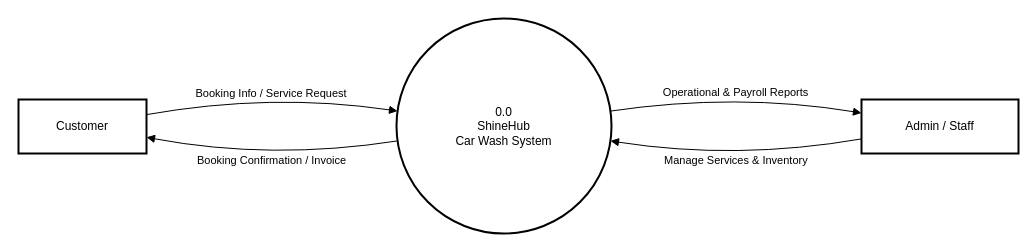
Earlier version of the draw.io diagram Diagrams/Shinehub_DFD0.drawio (Mohamed-Elsayed970/Car-Wash). Source tidied: cells renumbered, new cells numbered last; positions are measured from the earlier drawing's top-left corner, leaving out a move shared by most shapes. Both pictures are drawn from the tidied source at 100%, with x=0, y=0 at pixel (18, 18).
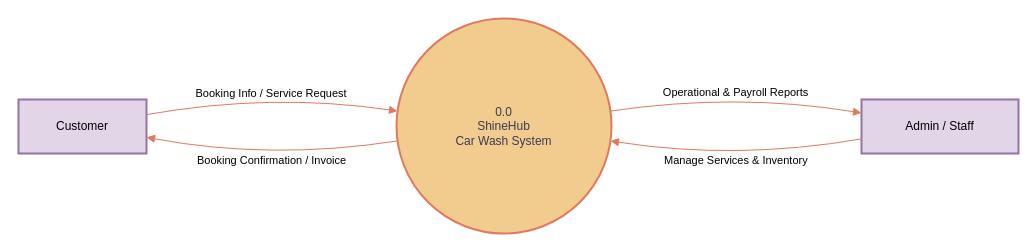
Above is the later version.

Commit message (it also covers changes not shown here):
add all diagrams

What changed in the source:
```diff
@@
 <mxGraphModel>
   <root>
     <mxCell id="0" />
     <mxCell id="1" parent="0" />
-    <mxCell id="2" value="Customer" style="whiteSpace=wrap;strokeWidth=2;" parent="1" vertex="1">
+    <mxCell id="2" value="Customer" style="whiteSpace=wrap;strokeWidth=2;labelBackgroundColor=none;fillColor=#e1d5e7;strokeColor=#9673a6;" parent="1" vertex="1">
       <mxGeometry y="81" width="128" height="54" as="geometry" />
     </mxCell>
-    <mxCell id="3" value="Admin / Staff" style="whiteSpace=wrap;strokeWidth=2;" parent="1" vertex="1">
+    <mxCell id="3" value="Admin / Staff" style="whiteSpace=wrap;strokeWidth=2;labelBackgroundColor=none;fillColor=#e1d5e7;strokeColor=#9673a6;" parent="1" vertex="1">
       <mxGeometry x="843" y="81" width="157" height="54" as="geometry" />
     </mxCell>
-    <mxCell id="4" value="0.0   &#10; ShineHub   &#10; Car Wash System" style="ellipse;strokeWidth=2;whiteSpace=wrap;" parent="1" vertex="1">
+    <mxCell id="4" value="0.0   &#10; ShineHub   &#10; Car Wash System" style="ellipse;strokeWidth=2;whiteSpace=wrap;labelBackgroundColor=none;fillColor=#F2CC8F;strokeColor=#E07A5F;fontColor=#393C56;" parent="1" vertex="1">
       <mxGeometry x="378" width="215" height="215" as="geometry" />
     </mxCell>
-    <mxCell id="5" value="Booking Info / Service Request" style="curved=1;startArrow=none;endArrow=block;exitX=1;exitY=0.28;entryX=0;entryY=0.43;rounded=0;" parent="1" edge="1" source="2" target="4">
+    <mxCell id="5" value="Booking Info / Service Request" style="curved=1;startArrow=none;endArrow=block;exitX=1;exitY=0.28;entryX=0;entryY=0.43;rounded=0;labelBackgroundColor=none;strokeColor=#E07A5F;fontColor=default;" parent="1" edge="1" source="2" target="4">
       <mxGeometry relative="1" as="geometry">
         <Array as="points">
           <mxPoint x="253" y="74" />
         </Array>
       </mxGeometry>
     </mxCell>
-    <mxCell id="6" value="Booking Confirmation / Invoice" style="curved=1;startArrow=none;endArrow=block;exitX=0;exitY=0.57;entryX=1;entryY=0.7;rounded=0;" parent="1" edge="1" source="4" target="2">
+    <mxCell id="6" value="Booking Confirmation / Invoice" style="curved=1;startArrow=none;endArrow=block;exitX=0;exitY=0.57;entryX=1;entryY=0.7;rounded=0;labelBackgroundColor=none;strokeColor=#E07A5F;fontColor=default;" parent="1" edge="1" source="4" target="2">
       <mxGeometry relative="1" as="geometry">
         <Array as="points">
           <mxPoint x="253" y="142" />
         </Array>
       </mxGeometry>
     </mxCell>
-    <mxCell id="7" value="Manage Services &amp; Inventory" style="curved=1;startArrow=none;endArrow=block;exitX=0;exitY=0.73;entryX=1;entryY=0.57;rounded=0;" parent="1" edge="1" source="3" target="4">
+    <mxCell id="7" value="Manage Services &amp; Inventory" style="curved=1;startArrow=none;endArrow=block;exitX=0;exitY=0.73;entryX=1;entryY=0.57;rounded=0;labelBackgroundColor=none;strokeColor=#E07A5F;fontColor=default;" parent="1" edge="1" source="3" target="4">
       <mxGeometry relative="1" as="geometry">
         <Array as="points">
           <mxPoint x="718" y="142" />
         </Array>
       </mxGeometry>
     </mxCell>
-    <mxCell id="8" value="Operational &amp; Payroll Reports" style="curved=1;startArrow=none;endArrow=block;exitX=1;exitY=0.43;entryX=0;entryY=0.25;rounded=0;" parent="1" edge="1" source="4" target="3">
+    <mxCell id="8" value="Operational &amp; Payroll Reports" style="curved=1;startArrow=none;endArrow=block;exitX=1;exitY=0.43;entryX=0;entryY=0.25;rounded=0;labelBackgroundColor=none;strokeColor=#E07A5F;fontColor=default;" parent="1" edge="1" source="4" target="3">
       <mxGeometry relative="1" as="geometry">
         <Array as="points">
           <mxPoint x="718" y="74" />
         </Array>
       </mxGeometry>
     </mxCell>
   </root>
 </mxGraphModel>
```
